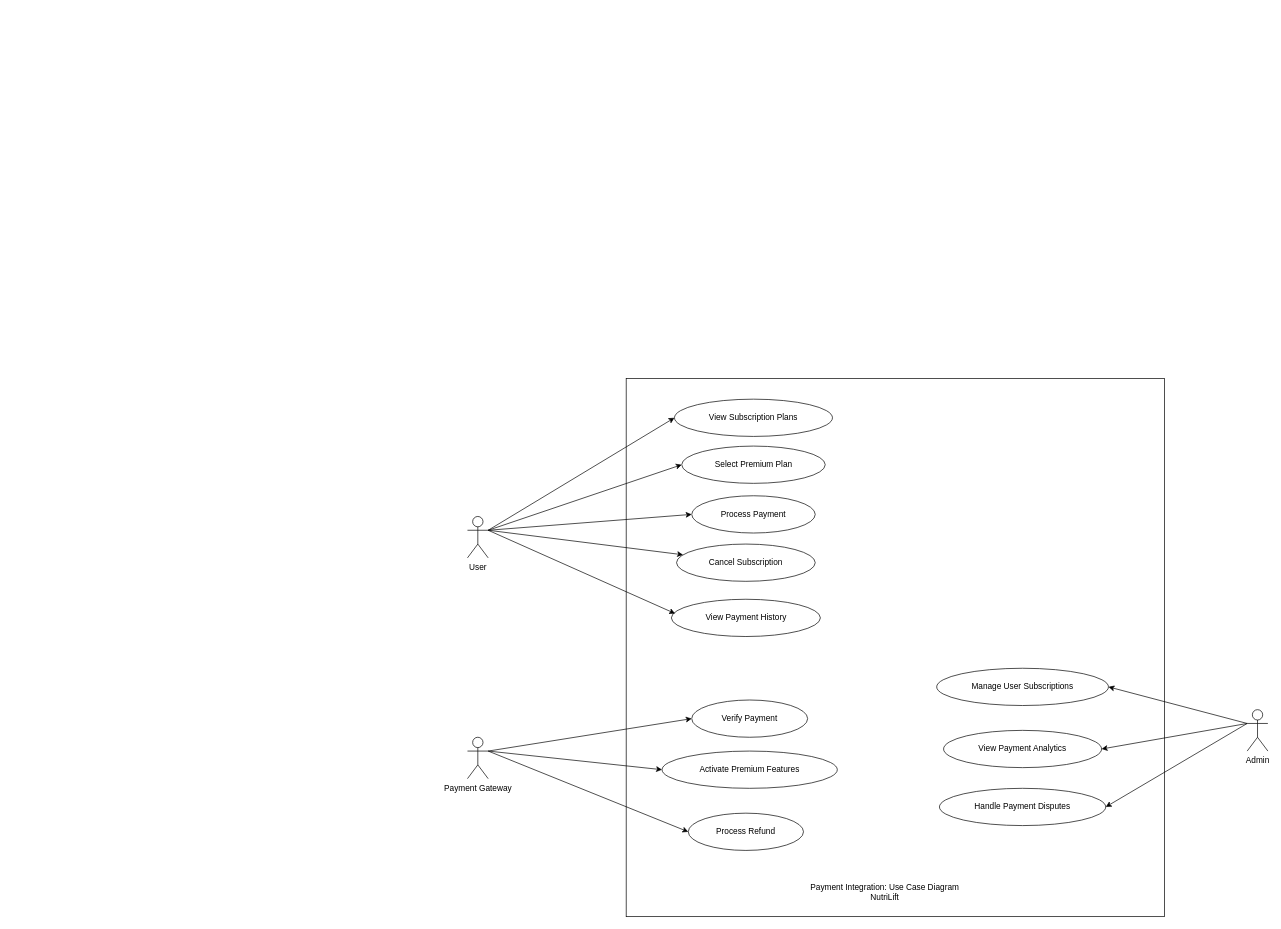
This is documents/Artifact Diagrams/Payment Integration/PaymentIntegration_UseCase.drawio from lujamanandhar/FYP, a draw.io file, before an edit. Source tidied: cells renumbered, new cells numbered last; positions are measured from the earlier drawing's top-left corner, leaving out a move shared by most shapes. Both pictures are drawn from the tidied source at 69%, with x=0, y=0 at pixel (467, 378).
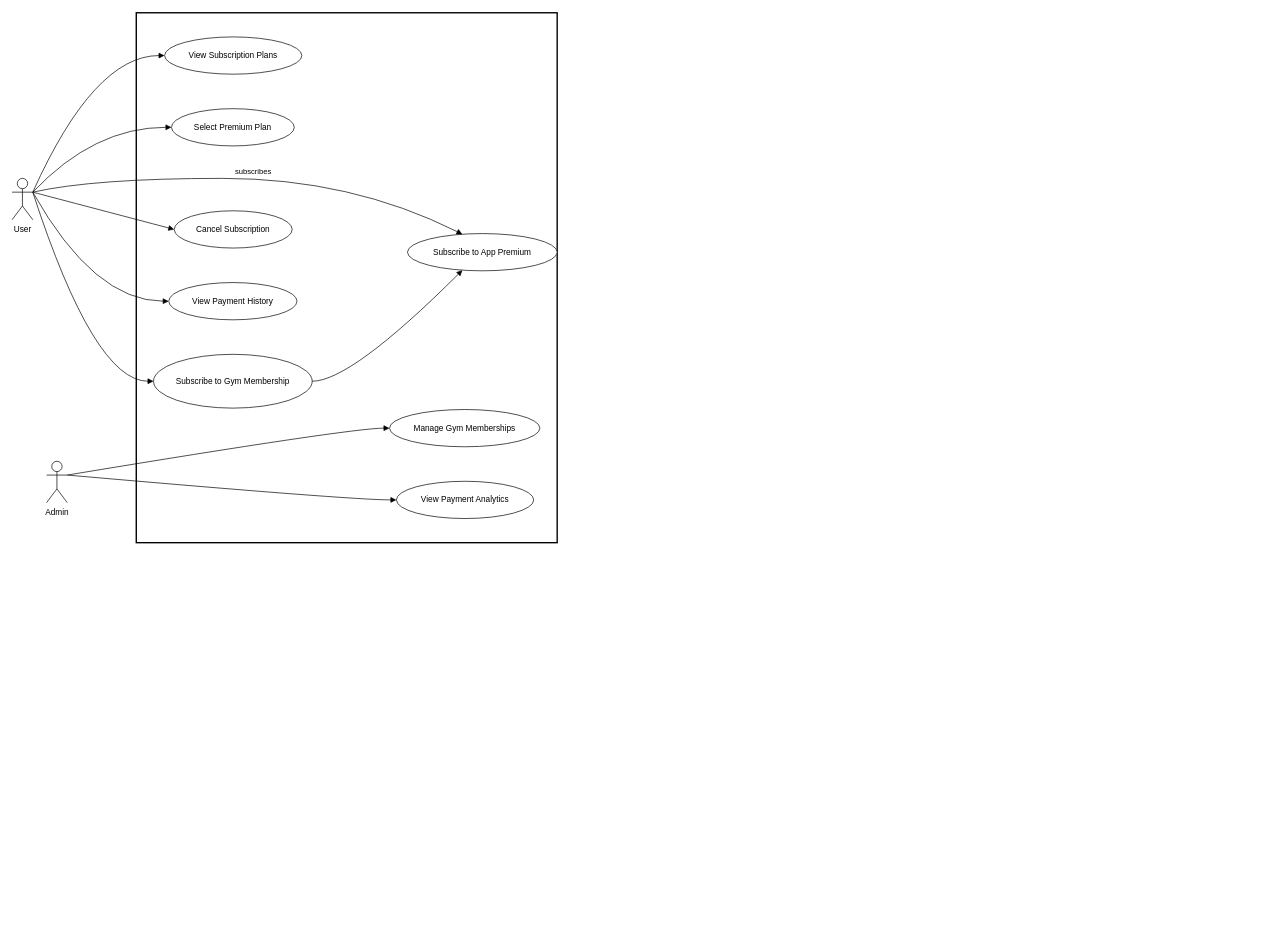
The same diagram, later.

The edit, as a diff of the source:
```diff
@@
-    <mxCell id="2" style="whiteSpace=wrap;html=1;" parent="1" vertex="1">
-      <mxGeometry x="230" width="780" height="780" as="geometry" />
-    </mxCell>
-    <mxCell id="3" value="User" style="shape=umlActor;verticalLabelPosition=bottom;verticalAlign=top;html=1;" parent="1" vertex="1">
-      <mxGeometry y="200" width="30" height="60" as="geometry" />
-    </mxCell>
-    <mxCell id="4" value="Payment Gateway" style="shape=umlActor;verticalLabelPosition=bottom;verticalAlign=top;html=1;" parent="1" vertex="1">
-      <mxGeometry y="520" width="30" height="60" as="geometry" />
-    </mxCell>
+    <mxCell id="29" style="whiteSpace=wrap;strokeWidth=2;" parent="1" vertex="1">
+      <mxGeometry x="-480" y="-530" width="610" height="768" as="geometry" />
+    </mxCell>
     <mxCell id="5" value="View Subscription Plans" style="ellipse;whiteSpace=wrap;html=1;" parent="1" vertex="1">
-      <mxGeometry x="300" y="30" width="229" height="54" as="geometry" />
+      <mxGeometry x="-439" y="-495" width="199" height="54" as="geometry" />
     </mxCell>
     <mxCell id="6" value="Select Premium Plan" style="ellipse;whiteSpace=wrap;html=1;" parent="1" vertex="1">
-      <mxGeometry x="310.5" y="98" width="208" height="54" as="geometry" />
+      <mxGeometry x="-429" y="-391" width="178" height="54" as="geometry" />
     </mxCell>
-    <mxCell id="7" value="Process Payment" style="ellipse;whiteSpace=wrap;html=1;" parent="1" vertex="1">
-      <mxGeometry x="325" y="170" width="179" height="54" as="geometry" />
-    </mxCell>
+    <mxCell id="30" value="Subscribe to App Premium" style="ellipse;whiteSpace=wrap;html=1;" parent="1" vertex="1">
+      <mxGeometry x="-87" y="-210" width="217" height="54" as="geometry" />
+    </mxCell>
+    <mxCell id="31" value="Subscribe to Gym Membership" style="ellipse;whiteSpace=wrap;html=1;" parent="1" vertex="1">
+      <mxGeometry x="-455" y="-35" width="230" height="78" as="geometry" />
+    </mxCell>
     <mxCell id="8" value="Cancel Subscription" style="ellipse;whiteSpace=wrap;html=1;" parent="1" vertex="1">
-      <mxGeometry x="303" y="240" width="201" height="54" as="geometry" />
+      <mxGeometry x="-425" y="-243" width="171" height="54" as="geometry" />
     </mxCell>
     <mxCell id="9" value="View Payment History" style="ellipse;whiteSpace=wrap;html=1;" parent="1" vertex="1">
-      <mxGeometry x="295.5" y="320" width="216" height="54" as="geometry" />
+      <mxGeometry x="-433" y="-139" width="186" height="54" as="geometry" />
     </mxCell>
-    <mxCell id="10" value="Verify Payment" style="ellipse;whiteSpace=wrap;html=1;" parent="1" vertex="1">
-      <mxGeometry x="325" y="466" width="168" height="54" as="geometry" />
-    </mxCell>
-    <mxCell id="11" value="Activate Premium Features" style="ellipse;whiteSpace=wrap;html=1;" parent="1" vertex="1">
-      <mxGeometry x="282" y="540" width="254" height="54" as="geometry" />
-    </mxCell>
-    <mxCell id="12" value="Process Refund" style="ellipse;whiteSpace=wrap;html=1;" parent="1" vertex="1">
-      <mxGeometry x="320" y="630" width="167" height="54" as="geometry" />
-    </mxCell>
-    <mxCell id="13" value="Manage User Subscriptions" style="ellipse;whiteSpace=wrap;html=1;" parent="1" vertex="1">
-      <mxGeometry x="680" y="420" width="249" height="54" as="geometry" />
-    </mxCell>
+    <mxCell id="32" value="Manage Gym Memberships" style="ellipse;whiteSpace=wrap;html=1;" parent="1" vertex="1">
+      <mxGeometry x="-113" y="45" width="218" height="54" as="geometry" />
+    </mxCell>
     <mxCell id="14" value="View Payment Analytics" style="ellipse;whiteSpace=wrap;html=1;" parent="1" vertex="1">
-      <mxGeometry x="690" y="510" width="229" height="54" as="geometry" />
+      <mxGeometry x="-103" y="149" width="199" height="54" as="geometry" />
     </mxCell>
-    <mxCell id="15" value="Handle Payment Disputes" style="ellipse;whiteSpace=wrap;html=1;" parent="1" vertex="1">
-      <mxGeometry x="684" y="594" width="241" height="54" as="geometry" />
-    </mxCell>
-    <mxCell id="16" value="Admin" style="shape=umlActor;verticalLabelPosition=bottom;verticalAlign=top;html=1;" parent="1" vertex="1">
-      <mxGeometry x="1130" y="480" width="30" height="60" as="geometry" />
-    </mxCell>
-    <mxCell id="17" style="endArrow=classic;html=1;rounded=0;exitX=1;exitY=0.3333333333333333;exitDx=0;exitDy=0;exitPerimeter=0;entryX=0;entryY=0.5;entryDx=0;entryDy=0;" parent="1" edge="1" source="3" target="5">
-      <mxGeometry relative="1" as="geometry" />
+    <mxCell id="17" style="curved=1;startArrow=none;endArrow=block;exitX=1;exitY=0.3333333333333333;entryX=0;entryY=0.5;rounded=0;exitDx=0;exitDy=0;exitPerimeter=0;" parent="1" edge="1" source="3" target="5">
+      <mxGeometry relative="1" as="geometry">
+        <Array as="points">
+          <mxPoint x="-541" y="-468" />
+        </Array>
+      </mxGeometry>
     </mxCell>
-    <mxCell id="18" style="endArrow=classic;html=1;rounded=0;exitX=1;exitY=0.3333333333333333;exitDx=0;exitDy=0;exitPerimeter=0;entryX=0;entryY=0.5;entryDx=0;entryDy=0;" parent="1" edge="1" source="3" target="6">
-      <mxGeometry relative="1" as="geometry" />
+    <mxCell id="18" style="curved=1;startArrow=none;endArrow=block;exitX=1;exitY=0.3333333333333333;entryX=0;entryY=0.5;rounded=0;exitDx=0;exitDy=0;exitPerimeter=0;" parent="1" edge="1" source="3" target="6">
+      <mxGeometry relative="1" as="geometry">
+        <Array as="points">
+          <mxPoint x="-541" y="-364" />
+        </Array>
+      </mxGeometry>
     </mxCell>
-    <mxCell id="19" style="endArrow=classic;html=1;rounded=0;exitX=1;exitY=0.3333333333333333;exitDx=0;exitDy=0;exitPerimeter=0;entryX=0;entryY=0.5;entryDx=0;entryDy=0;" parent="1" edge="1" source="3" target="7">
-      <mxGeometry relative="1" as="geometry" />
-    </mxCell>
+    <mxCell id="33" value="subscribes" style="curved=1;startArrow=none;endArrow=block;exitX=1;exitY=0.3333333333333333;entryX=0.36;entryY=0;rounded=0;exitDx=0;exitDy=0;exitPerimeter=0;" parent="1" edge="1" source="3" target="30">
+      <mxGeometry y="10" relative="1" as="geometry">
+        <Array as="points">
+          <mxPoint x="-541" y="-290" />
+          <mxPoint x="-169" y="-290" />
+        </Array>
+      </mxGeometry>
+    </mxCell>
+    <mxCell id="34" style="curved=1;startArrow=none;endArrow=block;entryX=0;entryY=0.5;rounded=0;" parent="1" edge="1" target="31">
+      <mxGeometry x="0.03" y="-21" relative="1" as="geometry">
+        <mxPoint x="-630" y="-270" as="sourcePoint" />
+        <Array as="points">
+          <mxPoint x="-541" y="4" />
+        </Array>
+      </mxGeometry>
+    </mxCell>
-    <mxCell id="20" style="endArrow=classic;html=1;rounded=0;exitX=1;exitY=0.3333333333333333;exitDx=0;exitDy=0;exitPerimeter=0;" parent="1" edge="1" source="3" target="8">
-      <mxGeometry relative="1" as="geometry" />
+    <mxCell id="20" style="curved=1;startArrow=none;endArrow=block;entryX=0;entryY=0.5;rounded=0;exitX=1;exitY=0.3333333333333333;exitDx=0;exitDy=0;exitPerimeter=0;" parent="1" edge="1" source="3" target="8">
+      <mxGeometry x="-0.02" y="-6" relative="1" as="geometry" />
     </mxCell>
-    <mxCell id="21" style="endArrow=classic;html=1;rounded=0;entryX=0.025;entryY=0.383;entryDx=0;entryDy=0;entryPerimeter=0;" parent="1" edge="1" target="9">
-      <mxGeometry relative="1" as="geometry">
-        <mxPoint x="30" y="220" as="sourcePoint" />
-      </mxGeometry>
-    </mxCell>
-    <mxCell id="22" style="endArrow=classic;html=1;rounded=0;entryX=0;entryY=0.5;entryDx=0;entryDy=0;exitX=1;exitY=0.3333333333333333;exitDx=0;exitDy=0;exitPerimeter=0;" parent="1" edge="1" source="4" target="10">
-      <mxGeometry relative="1" as="geometry" />
-    </mxCell>
-    <mxCell id="23" style="endArrow=classic;html=1;rounded=0;entryX=0;entryY=0.5;entryDx=0;entryDy=0;" parent="1" edge="1" target="11">
-      <mxGeometry relative="1" as="geometry">
-        <mxPoint x="30" y="540" as="sourcePoint" />
-      </mxGeometry>
-    </mxCell>
-    <mxCell id="24" style="endArrow=classic;html=1;rounded=0;entryX=0;entryY=0.5;entryDx=0;entryDy=0;exitX=1;exitY=0.3333333333333333;exitDx=0;exitDy=0;exitPerimeter=0;" parent="1" edge="1" source="4" target="12">
-      <mxGeometry relative="1" as="geometry" />
-    </mxCell>
-    <mxCell id="25" style="endArrow=classic;html=1;rounded=0;entryX=1;entryY=0.5;entryDx=0;entryDy=0;exitX=0;exitY=0.3333333333333333;exitDx=0;exitDy=0;exitPerimeter=0;" parent="1" edge="1" source="16" target="13">
-      <mxGeometry relative="1" as="geometry" />
-    </mxCell>
+    <mxCell id="35" style="curved=1;startArrow=none;endArrow=block;entryX=0;entryY=0.5;rounded=0;" parent="1" edge="1" target="9">
+      <mxGeometry x="0.05" y="6" relative="1" as="geometry">
+        <mxPoint x="-630" y="-270" as="sourcePoint" />
+        <Array as="points">
+          <mxPoint x="-541" y="-112" />
+        </Array>
+      </mxGeometry>
+    </mxCell>
+    <mxCell id="36" style="curved=1;startArrow=none;endArrow=block;exitX=1;exitY=0.3333333333333333;entryX=0;entryY=0.5;rounded=0;exitDx=0;exitDy=0;exitPerimeter=0;" parent="1" edge="1" source="16" target="32">
+      <mxGeometry x="-0.01" y="12" relative="1" as="geometry">
+        <Array as="points">
+          <mxPoint x="-169" y="72" />
+        </Array>
+      </mxGeometry>
+    </mxCell>
-    <mxCell id="26" style="endArrow=classic;html=1;rounded=0;entryX=1;entryY=0.5;entryDx=0;entryDy=0;exitX=0;exitY=0.3333333333333333;exitDx=0;exitDy=0;exitPerimeter=0;" parent="1" edge="1" source="16" target="14">
-      <mxGeometry relative="1" as="geometry" />
+    <mxCell id="26" style="curved=1;startArrow=none;endArrow=block;exitX=1;exitY=0.3333333333333333;entryX=0;entryY=0.5;rounded=0;exitDx=0;exitDy=0;exitPerimeter=0;" parent="1" edge="1" source="16" target="14">
+      <mxGeometry x="0.01" y="-9" relative="1" as="geometry">
+        <Array as="points">
+          <mxPoint x="-169" y="176" />
+        </Array>
+      </mxGeometry>
     </mxCell>
-    <mxCell id="27" style="endArrow=classic;html=1;rounded=0;entryX=1;entryY=0.5;entryDx=0;entryDy=0;" parent="1" edge="1" target="15">
-      <mxGeometry relative="1" as="geometry">
-        <mxPoint x="1130" y="500" as="sourcePoint" />
-      </mxGeometry>
-    </mxCell>
-    <mxCell id="28" value="Payment Integration: Use Case Diagram&lt;div&gt;NutriLift&lt;/div&gt;" style="text;html=1;whiteSpace=wrap;strokeColor=none;fillColor=none;align=center;verticalAlign=middle;rounded=0;" parent="1" vertex="1">
-      <mxGeometry x="473" y="730" width="264" height="30" as="geometry" />
-    </mxCell>
+    <mxCell id="37" style="curved=1;startArrow=none;endArrow=block;exitX=1;exitY=0.5;entryX=0.36;entryY=1;rounded=0;" parent="1" edge="1" source="31" target="30">
+      <mxGeometry relative="1" as="geometry">
+        <Array as="points">
+          <mxPoint x="-169" y="4" />
+        </Array>
+      </mxGeometry>
+    </mxCell>
+    <mxCell id="3" value="User" style="shape=umlActor;verticalLabelPosition=bottom;verticalAlign=top;html=1;outlineConnect=0;" parent="1" vertex="1">
+      <mxGeometry x="-660" y="-290" width="30" height="60" as="geometry" />
+    </mxCell>
+    <mxCell id="16" value="Admin" style="shape=umlActor;verticalLabelPosition=bottom;verticalAlign=top;html=1;outlineConnect=0;" parent="1" vertex="1">
+      <mxGeometry x="-610" y="120" width="30" height="60" as="geometry" />
+    </mxCell>
```
